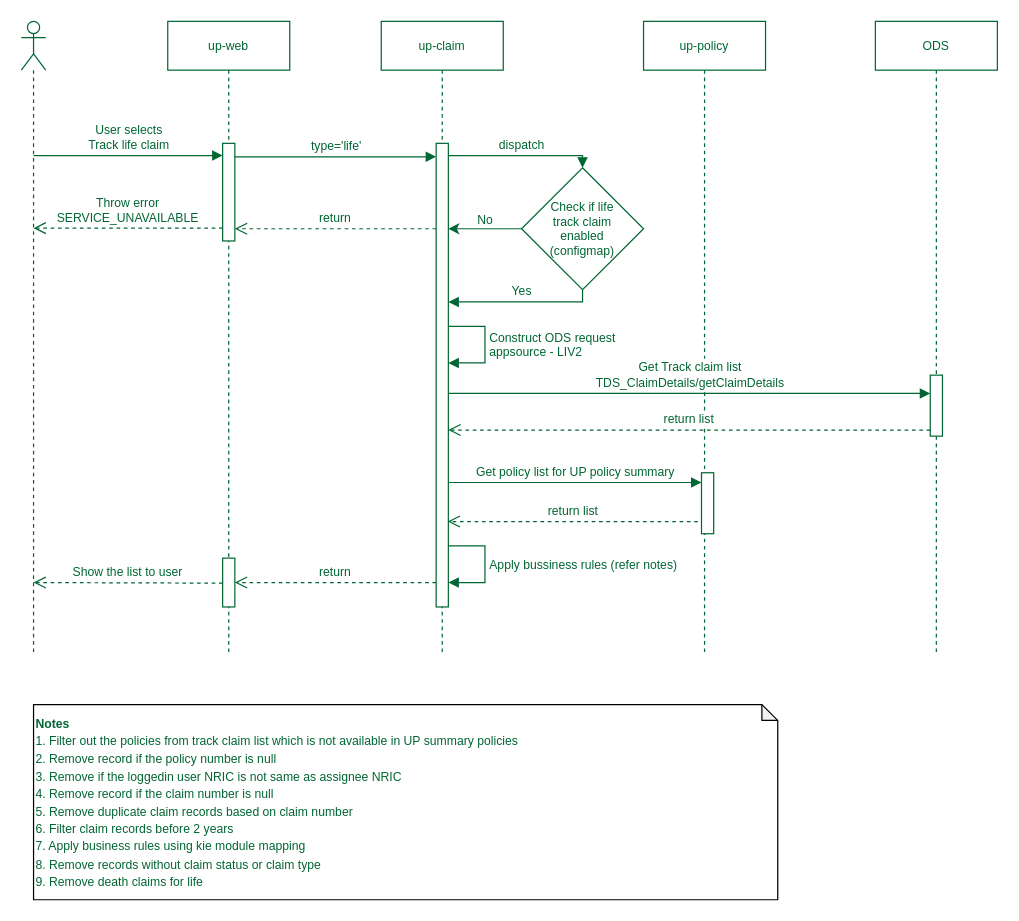
This is page "Life" (1 of 3) of Track-claim.drawio from ajeeshraj56/drawio, a draw.io file, before an edit. Source tidied: cells renumbered, new cells numbered last; positions are measured from the earlier drawing's top-left corner, leaving out a move shared by most shapes. Both pictures are drawn from the tidied source at 122%, with x=0, y=0 at pixel (21, 21).
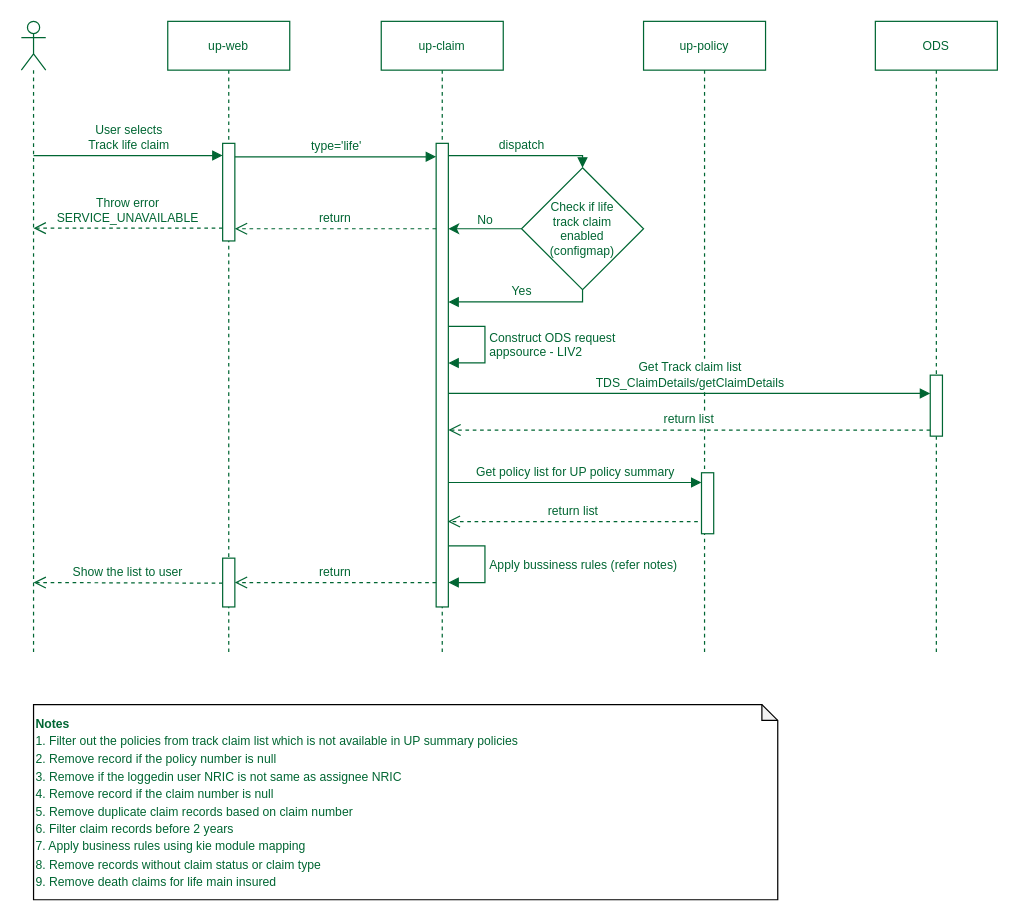
The same diagram, later.

The edit, as a diff of the source:
```diff
@@
-    <mxCell id="29" value="&lt;font color=&quot;#006633&quot; style=&quot;font-size: 10px;&quot;&gt;&lt;b&gt;Notes&lt;/b&gt;&lt;br&gt;&lt;font style=&quot;font-size: 10px;&quot;&gt;1. Filter out the policies from track claim list whi&lt;span style=&quot;background-color: rgb(255, 255, 255);&quot;&gt;ch is not available in UP summary policies&lt;/span&gt;&lt;br style=&quot;border-color: var(--border-color); background-color: rgb(255, 255, 255);&quot;&gt;&lt;span style=&quot;background-color: rgb(255, 255, 255);&quot;&gt;2. Remove record if the policy number is null&lt;/span&gt;&lt;/font&gt;&lt;br&gt;3. Remove if the loggedin user NRIC is not same as assignee NRIC&lt;br&gt;4.&amp;nbsp;Remove record if the claim number is null&lt;font style=&quot;border-color: var(--border-color); font-size: 10px;&quot;&gt;&lt;br style=&quot;border-color: var(--border-color);&quot;&gt;&lt;/font&gt;&lt;span style=&quot;border-color: var(--border-color);&quot;&gt;5.&amp;nbsp;&lt;/span&gt;Remove duplicate claim records based on claim number&lt;br&gt;6. Filter claim records before 2 years&lt;br&gt;7. Apply business rules using kie module mapping&lt;br&gt;8. Remove records without claim status or claim type&lt;br&gt;9. Remove death claims for life&amp;nbsp;&lt;/font&gt;" style="shape=note;whiteSpace=wrap;html=1;backgroundOutline=1;darkOpacity=0.05;size=13;align=left;" parent="1" vertex="1">
+    <mxCell id="29" value="&lt;font color=&quot;#006633&quot; style=&quot;font-size: 10px;&quot;&gt;&lt;b&gt;Notes&lt;/b&gt;&lt;br&gt;&lt;font style=&quot;font-size: 10px;&quot;&gt;1. Filter out the policies from track claim list whi&lt;span style=&quot;background-color: rgb(255, 255, 255);&quot;&gt;ch is not available in UP summary policies&lt;/span&gt;&lt;br style=&quot;border-color: var(--border-color); background-color: rgb(255, 255, 255);&quot;&gt;&lt;span style=&quot;background-color: rgb(255, 255, 255);&quot;&gt;2. Remove record if the policy number is null&lt;/span&gt;&lt;/font&gt;&lt;br&gt;3. Remove if the loggedin user NRIC is not same as assignee NRIC&lt;br&gt;4.&amp;nbsp;Remove record if the claim number is null&lt;font style=&quot;border-color: var(--border-color); font-size: 10px;&quot;&gt;&lt;br style=&quot;border-color: var(--border-color);&quot;&gt;&lt;/font&gt;&lt;span style=&quot;border-color: var(--border-color);&quot;&gt;5.&amp;nbsp;&lt;/span&gt;Remove duplicate claim records based on claim number&lt;br&gt;6. Filter claim records before 2 years&lt;br&gt;7. Apply business rules using kie module mapping&lt;br&gt;8. Remove records without claim status or claim type&lt;br&gt;9. Remove death claims for life main insured&lt;/font&gt;" style="shape=note;whiteSpace=wrap;html=1;backgroundOutline=1;darkOpacity=0.05;size=13;align=left;" parent="1" vertex="1">
       <mxGeometry x="10" y="560" width="610" height="160" as="geometry" />
     </mxCell>
```
